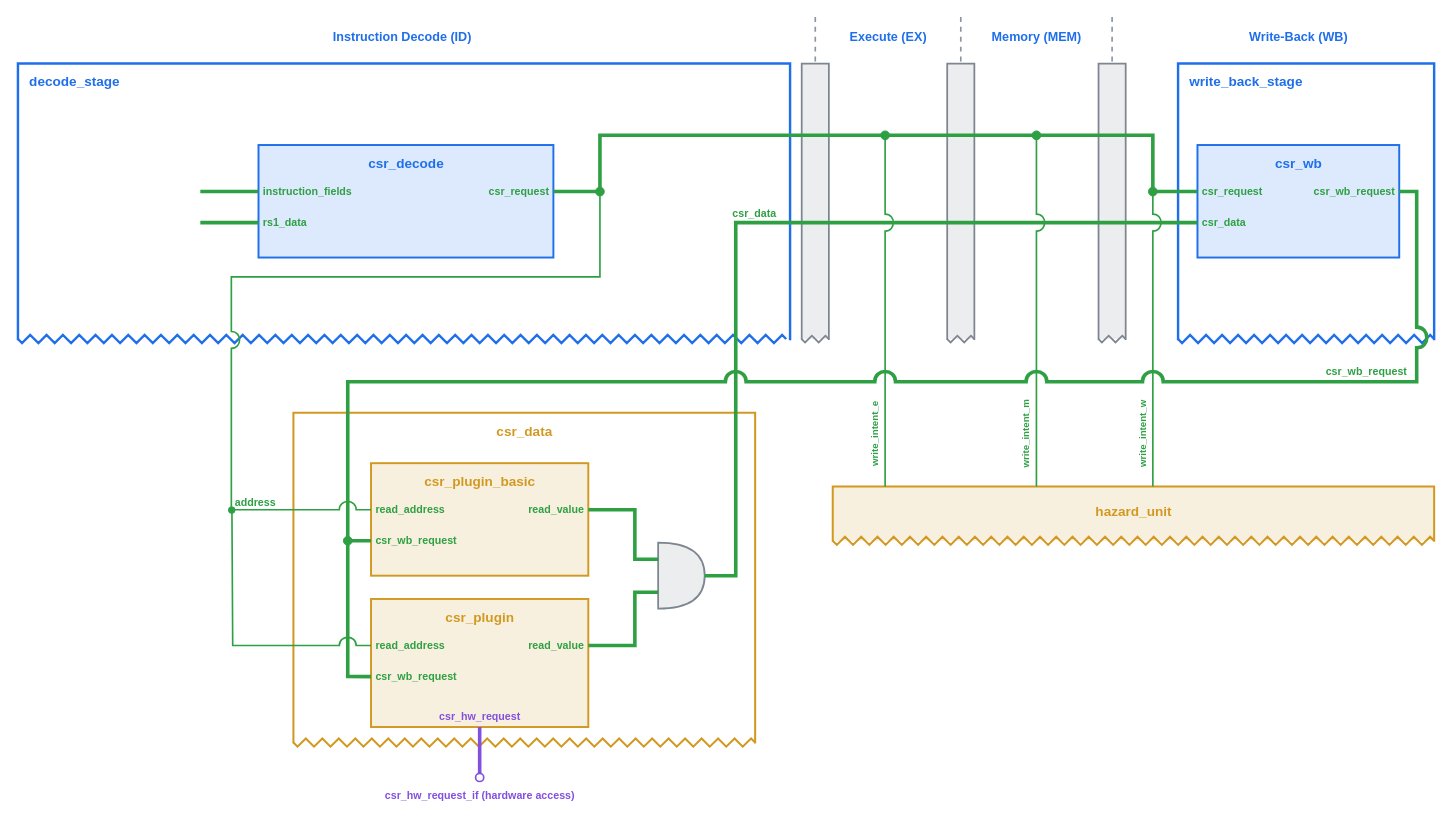
Above: page "Zicsr" (2 of 3) of docs/diagrams/mas.drawio in UTOSS/risc-v (draw.io), before the change. Source tidied: cells renumbered, new cells numbered last; positions are measured from the earlier drawing's top-left corner, leaving out a move shared by most shapes. Both pictures are drawn from the tidied source at 97%, with x=0, y=0 at pixel (17, 16).
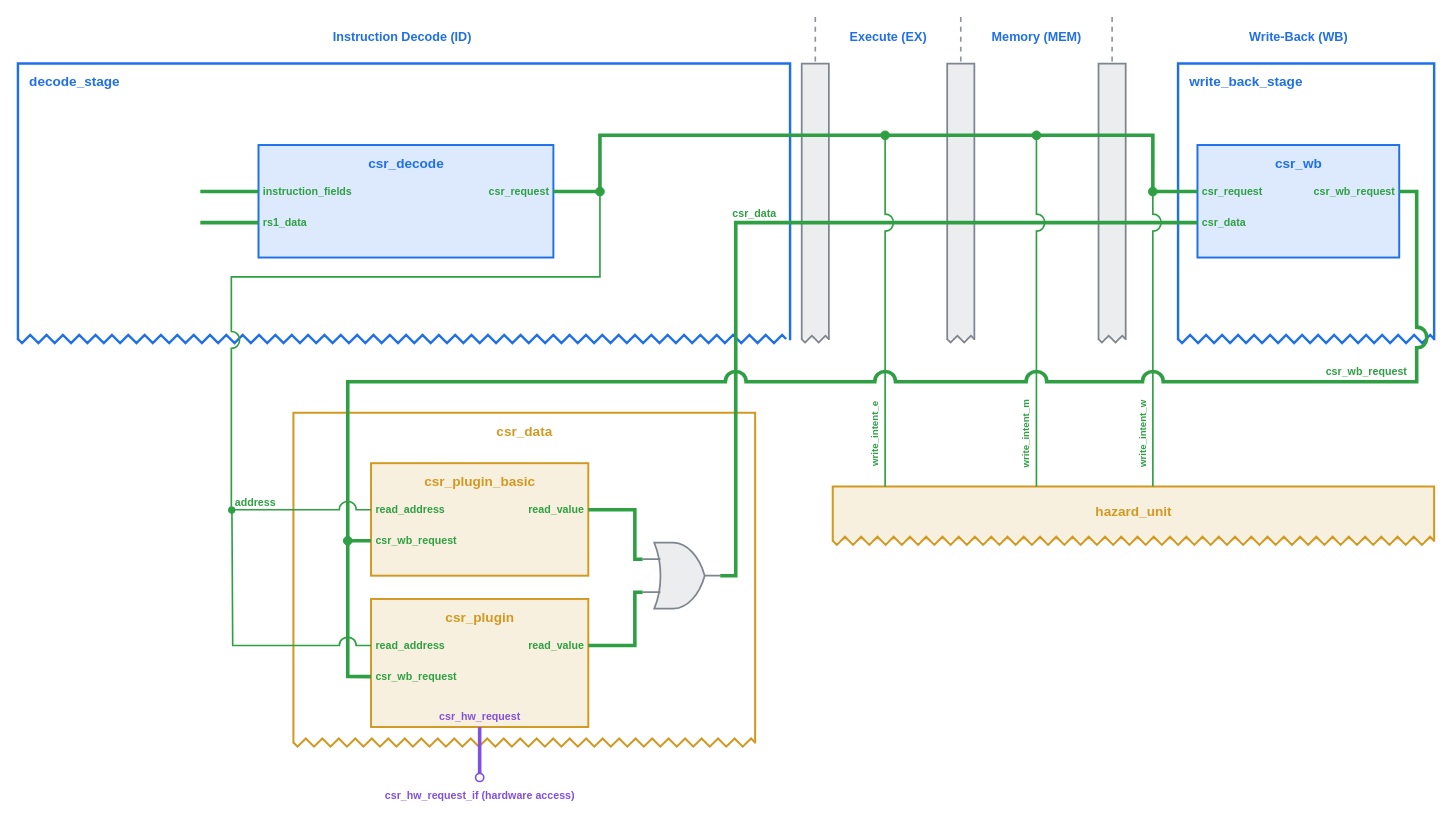
The same page after the edit.

What changed in the source:
```diff
@@
-    <mxCell id="46" style="shape=or;html=1;strokeColor=#7D8590;strokeWidth=1.8;fillColor=#7D8590;fillOpacity=15;" parent="1" vertex="1">
-      <mxGeometry x="660" y="542" width="48" height="68" as="geometry" />
+    <mxCell id="46" style="shape=mxgraph.electrical.logic_gates.logic_gate;operation=or;numInputs=2;html=1;strokeColor=#7D8590;strokeWidth=1.8;fillColor=#7D8590;fillOpacity=15;" parent="1" vertex="1">
+      <mxGeometry x="644" y="542" width="80" height="68" as="geometry" />
     </mxCell>
```
